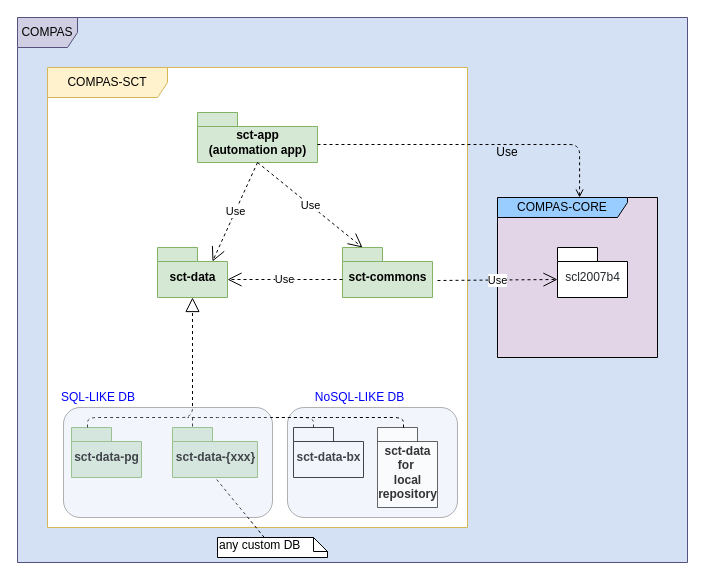
Before: docs/drawio/compas-sct.drawio in com-pas/compas-sct, a draw.io diagram. Source tidied: cells renumbered, new cells numbered last; positions are measured from the earlier drawing's top-left corner, leaving out a move shared by most shapes. Both pictures are drawn from the tidied source at 100%, with x=0, y=0 at pixel (17, 17).
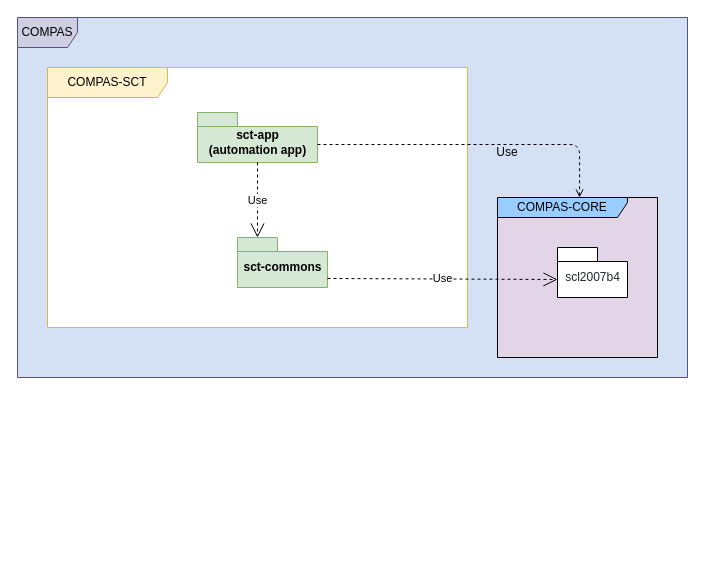
Above is the later version.

Commit message (it also covers changes not shown here):
feat(#336): remove sct-data module and update documents

Unchanged cells that the change refers to:
```xml
<mxCell id="9" value="sct-app&lt;br&gt;(automation app)" style="shape=folder;fontStyle=1;spacingTop=10;tabWidth=40;tabHeight=14;tabPosition=left;html=1;fillColor=#d5e8d4;strokeColor=#82b366;" parent="1" vertex="1">
  <mxGeometry x="180" y="95" width="120" height="50" as="geometry" />
</mxCell>
<mxCell id="14" value="&lt;font color=&quot;#24292e&quot; size=&quot;1&quot;&gt;&lt;span style=&quot;font-weight: 400 ; white-space: normal ; font-size: 12px&quot;&gt;scl2007b4&lt;/span&gt;&lt;/font&gt;" style="shape=folder;fontStyle=1;spacingTop=10;tabWidth=40;tabHeight=14;tabPosition=left;html=1;" parent="1" vertex="1">
  <mxGeometry x="540" y="230" width="70" height="50" as="geometry" />
</mxCell>
```

Change to the diagram source:
```diff
@@
     <mxCell id="2" value="COMPAS" style="shape=umlFrame;whiteSpace=wrap;html=1;fillColor=#d0cee2;strokeColor=#56517e;swimlaneFillColor=#D4E1F5;" parent="1" vertex="1">
-      <mxGeometry width="670" height="545" as="geometry" />
+      <mxGeometry width="670" height="360" as="geometry" />
     </mxCell>
     <mxCell id="3" value="COMPAS-SCT" style="shape=umlFrame;whiteSpace=wrap;html=1;width=120;height=30;fillColor=#fff2cc;strokeColor=#d6b656;swimlaneFillColor=#ffffff;" parent="1" vertex="1">
-      <mxGeometry x="30" y="50" width="420" height="460" as="geometry" />
+      <mxGeometry x="30" y="50" width="420" height="260" as="geometry" />
     </mxCell>
@@
     <mxCell id="5" value="sct-commons" style="shape=folder;fontStyle=1;spacingTop=10;tabWidth=40;tabHeight=14;tabPosition=left;html=1;fillColor=#d5e8d4;strokeColor=#82b366;" parent="1" vertex="1">
-      <mxGeometry x="325" y="230" width="90" height="50" as="geometry" />
+      <mxGeometry x="220" y="220" width="90" height="50" as="geometry" />
     </mxCell>
-    <mxCell id="6" value="sct-data" style="shape=folder;fontStyle=1;spacingTop=10;tabWidth=40;tabHeight=14;tabPosition=left;html=1;fillColor=#d5e8d4;strokeColor=#82b366;" parent="1" vertex="1">
-      <mxGeometry x="140" y="230" width="70" height="50" as="geometry" />
-    </mxCell>
-    <mxCell id="7" value="sct-data-pg" style="shape=folder;fontStyle=1;spacingTop=10;tabWidth=40;tabHeight=14;tabPosition=left;html=1;fillColor=#d5e8d4;strokeColor=#82b366;" parent="1" vertex="1">
-      <mxGeometry x="54" y="410" width="70" height="50" as="geometry" />
-    </mxCell>
-    <mxCell id="8" value="sct-data-bx" style="shape=folder;fontStyle=1;spacingTop=10;tabWidth=40;tabHeight=14;tabPosition=left;html=1;" parent="1" vertex="1">
-      <mxGeometry x="276" y="410" width="70" height="50" as="geometry" />
-    </mxCell>
@@
-    <mxCell id="11" value="Use" style="endArrow=open;endSize=12;dashed=1;html=1;exitX=0.5;exitY=1;exitDx=0;exitDy=0;exitPerimeter=0;entryX=0;entryY=0;entryDx=55;entryDy=14;entryPerimeter=0;" parent="1" edge="1" source="9" target="6">
-      <mxGeometry relative="1" as="geometry" />
-    </mxCell>
-    <mxCell id="12" style="endArrow=block;dashed=1;endFill=0;endSize=12;html=1;entryX=0.5;entryY=1;entryDx=0;entryDy=0;entryPerimeter=0;edgeStyle=orthogonalEdgeStyle;" parent="1" edge="1" target="6">
-      <mxGeometry relative="1" as="geometry">
-        <mxPoint x="70" y="410" as="sourcePoint" />
-        <Array as="points">
-          <mxPoint x="70" y="410" />
-          <mxPoint x="70" y="400" />
-          <mxPoint x="175" y="400" />
-        </Array>
-      </mxGeometry>
-    </mxCell>
-    <mxCell id="13" style="endArrow=none;dashed=1;html=1;exitX=0;exitY=0;exitDx=20;exitDy=0;exitPerimeter=0;" parent="1" edge="1" source="8">
-      <mxGeometry relative="1" as="geometry">
-        <mxPoint x="170" y="400" as="targetPoint" />
-        <Array as="points">
-          <mxPoint x="296" y="400" />
-          <mxPoint x="230" y="400" />
-          <mxPoint x="210" y="400" />
-        </Array>
-      </mxGeometry>
-    </mxCell>
@@
-    <mxCell id="15" value="Use" style="endArrow=open;endSize=12;dashed=1;html=1;entryX=0;entryY=0;entryDx=0;entryDy=32;entryPerimeter=0;" parent="1" edge="1" target="14">
-      <mxGeometry relative="1" as="geometry">
-        <mxPoint x="420" y="263" as="sourcePoint" />
-      </mxGeometry>
+    <mxCell id="15" value="Use" style="endArrow=open;endSize=12;dashed=1;html=1;entryX=0;entryY=0;entryDx=0;entryDy=32;entryPerimeter=0;exitX=0;exitY=0;exitDx=90;exitDy=41;exitPerimeter=0;" parent="1" edge="1" source="5" target="14">
+      <mxGeometry relative="1" as="geometry" />
     </mxCell>
-    <mxCell id="16" value="sct-data-{xxx}" style="shape=folder;fontStyle=1;spacingTop=10;tabWidth=40;tabHeight=14;tabPosition=left;html=1;fillColor=#d5e8d4;strokeColor=#82b366;" parent="1" vertex="1">
-      <mxGeometry x="155" y="410" width="85" height="50" as="geometry" />
-    </mxCell>
-    <mxCell id="17" style="endArrow=none;dashed=1;html=1;entryX=0;entryY=0;entryDx=20;entryDy=0;entryPerimeter=0;" parent="1" edge="1" target="16">
-      <mxGeometry relative="1" as="geometry">
-        <mxPoint x="175" y="400" as="sourcePoint" />
-      </mxGeometry>
-    </mxCell>
-    <mxCell id="18" value="any custom DB" style="shape=note;whiteSpace=wrap;html=1;size=14;verticalAlign=top;align=left;spacingTop=-6;" parent="1" vertex="1">
-      <mxGeometry x="200" y="520" width="110" height="20" as="geometry" />
-    </mxCell>
-    <mxCell id="19" style="endArrow=none;dashed=1;html=1;entryX=0.5;entryY=1;entryDx=0;entryDy=0;entryPerimeter=0;" parent="1" edge="1" source="18" target="16">
-      <mxGeometry relative="1" as="geometry" />
-    </mxCell>
-    <mxCell id="20" value="Use" style="endArrow=open;endSize=12;dashed=1;html=1;exitX=0;exitY=0;exitDx=0;exitDy=32;exitPerimeter=0;entryX=0;entryY=0;entryDx=70;entryDy=32;entryPerimeter=0;" parent="1" edge="1" source="5" target="6">
-      <mxGeometry relative="1" as="geometry" />
-    </mxCell>
@@
-    <mxCell id="23" style="rounded=1;whiteSpace=wrap;html=1;opacity=30;fillColor=#D4E1F5;" parent="1" vertex="1">
-      <mxGeometry x="46" y="390" width="209" height="110" as="geometry" />
-    </mxCell>
-    <mxCell id="24" style="rounded=1;whiteSpace=wrap;html=1;opacity=30;fillColor=#D4E1F5;" parent="1" vertex="1">
-      <mxGeometry x="270" y="390" width="170" height="110" as="geometry" />
-    </mxCell>
-    <mxCell id="25" value="&lt;font color=&quot;#0000ff&quot;&gt;SQL-LIKE DB&lt;/font&gt;" style="text;html=1;strokeColor=none;fillColor=none;align=center;verticalAlign=middle;whiteSpace=wrap;rounded=0;opacity=50;" parent="1" vertex="1">
-      <mxGeometry x="42" y="370" width="78" height="20" as="geometry" />
-    </mxCell>
-    <mxCell id="26" value="&lt;font color=&quot;#0000ff&quot;&gt;NoSQL-LIKE DB&lt;/font&gt;" style="text;html=1;strokeColor=none;fillColor=none;align=center;verticalAlign=middle;whiteSpace=wrap;rounded=0;opacity=50;" parent="1" vertex="1">
-      <mxGeometry x="285" y="370" width="115" height="20" as="geometry" />
-    </mxCell>
-    <mxCell id="27" value="&lt;font color=&quot;#333333&quot;&gt;sct-data&lt;br&gt;for&amp;nbsp;&lt;br&gt;local &lt;br&gt;repository&lt;/font&gt;" style="shape=folder;fontStyle=1;spacingTop=10;tabWidth=40;tabHeight=14;tabPosition=left;html=1;opacity=60;" parent="1" vertex="1">
-      <mxGeometry x="360" y="410" width="60" height="80" as="geometry" />
-    </mxCell>
-    <mxCell id="28" style="endArrow=none;dashed=1;html=1;exitX=0;exitY=0;exitDx=20;exitDy=0;exitPerimeter=0;" parent="1" edge="1">
-      <mxGeometry relative="1" as="geometry">
-        <mxPoint x="386" y="410" as="sourcePoint" />
-        <mxPoint x="260" y="400" as="targetPoint" />
-        <Array as="points">
-          <mxPoint x="386" y="400" />
-          <mxPoint x="320" y="400" />
-          <mxPoint x="300" y="400" />
-        </Array>
-      </mxGeometry>
-    </mxCell>
```
